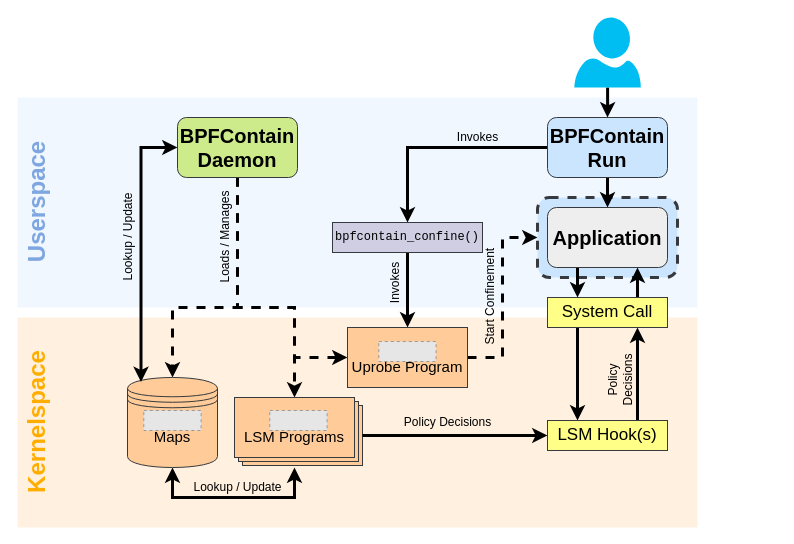
Before: project/report/figs/drawio/architecture.drawio in willfindlay/adaptivesec-F2020, a draw.io diagram. Source tidied: cells renumbered, new cells numbered last; positions are measured from the earlier drawing's top-left corner, leaving out a move shared by most shapes. Both pictures are drawn from the tidied source at 100%, with x=0, y=0 at pixel (-13, 17). Pictures stored in the file or linked from it are replaced by grey dashed boxes.
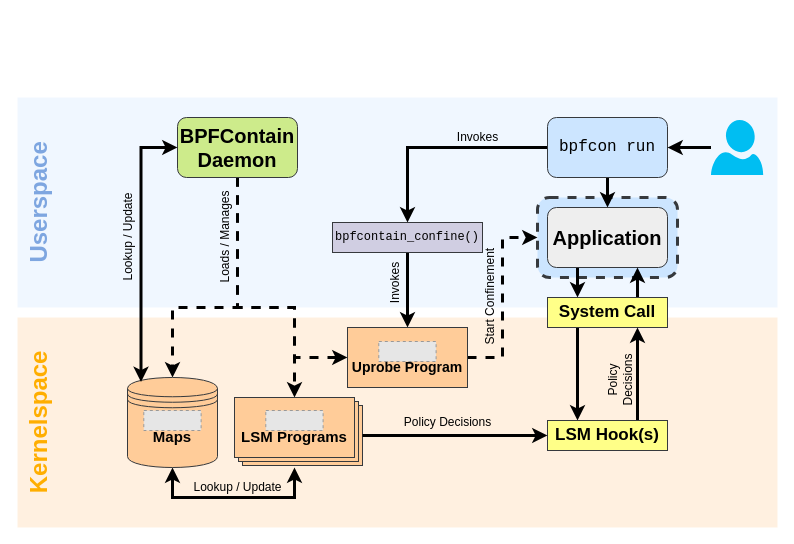
The same diagram, later.

Unchanged cells that the change refers to:
```xml
<mxCell id="23" style="group;" parent="1" vertex="1">
  <mxGeometry x="247" y="380" width="128" height="68" as="geometry" />
</mxCell>
```

Diff of the diagram source:
```diff
@@
     <mxCell id="2" style="group;" parent="1" vertex="1">
-      <mxGeometry x="30" y="80" width="680" height="210" as="geometry" />
+      <mxGeometry x="30" y="80" width="760" height="210" as="geometry" />
     </mxCell>
     <mxCell id="3" style="rounded=0;whiteSpace=wrap;html=1;fontSize=20;fillColor=#cce5ff;opacity=30;strokeColor=none;" parent="2" vertex="1">
-      <mxGeometry width="680" height="210" as="geometry" />
+      <mxGeometry width="760" height="210" as="geometry" />
     </mxCell>
     <mxCell id="4" value="Userspace" style="text;strokeColor=none;fillColor=none;html=1;fontSize=24;fontStyle=1;verticalAlign=middle;align=center;opacity=30;rotation=-90;fontColor=#7EA6E0;" parent="2" vertex="1">
-      <mxGeometry x="-30" y="85" width="100" height="40" as="geometry" />
+      <mxGeometry x="-33.5" y="85" width="111.8" height="40" as="geometry" />
     </mxCell>
@@
     <mxCell id="6" style="group;" parent="1" vertex="1">
-      <mxGeometry x="30" y="300" width="680" height="210" as="geometry" />
+      <mxGeometry x="30" y="300" width="760" height="210" as="geometry" />
     </mxCell>
     <mxCell id="7" style="rounded=0;whiteSpace=wrap;html=1;fontSize=20;fillColor=#ffcc99;strokeColor=none;opacity=30;" parent="6" vertex="1">
-      <mxGeometry width="680" height="210" as="geometry" />
+      <mxGeometry width="760" height="210" as="geometry" />
     </mxCell>
     <mxCell id="8" value="Kernelspace" style="text;strokeColor=none;fillColor=none;html=1;fontSize=24;fontStyle=1;verticalAlign=middle;align=center;opacity=30;rotation=-90;fontColor=#FFAE00;" parent="6" vertex="1">
-      <mxGeometry x="-30" y="91" width="100" height="28" as="geometry" />
+      <mxGeometry x="-33.5" y="91" width="111.8" height="28" as="geometry" />
     </mxCell>
@@
-    <mxCell id="15" value="BPFContain Run" style="rounded=1;whiteSpace=wrap;html=1;fillColor=#cce5ff;strokeColor=#36393d;fontSize=20;fontStyle=1;" parent="1" vertex="1">
+    <mxCell id="15" value="bpfcon run" style="rounded=1;whiteSpace=wrap;html=1;fillColor=#cce5ff;strokeColor=#36393d;fontSize=16;fontStyle=0;fontFamily=Courier New;" parent="1" vertex="1">
       <mxGeometry x="560" y="100" width="120" height="60" as="geometry" />
     </mxCell>
@@
     <mxCell id="17" style="verticalLabelPosition=bottom;html=1;verticalAlign=top;align=center;strokeColor=none;fillColor=#00BEF2;shape=mxgraph.azure.user;fontSize=20;fontColor=#FFAE00;" parent="1" vertex="1">
-      <mxGeometry x="586.8" width="66.5" height="70" as="geometry" />
+      <mxGeometry x="723.5" y="102.5" width="52.2" height="55" as="geometry" />
     </mxCell>
@@
-    <mxCell id="20" style="group;" parent="1" vertex="1">
+    <mxCell id="20" style="group;fontStyle=1;" parent="1" vertex="1">
       <mxGeometry x="140" y="360" width="90" height="90" as="geometry" />
     </mxCell>
-    <mxCell id="21" value="Maps" style="shape=datastore;whiteSpace=wrap;html=1;strokeWidth=1;fillColor=#ffcc99;fontSize=15;strokeColor=#36393d;" parent="20" vertex="1">
+    <mxCell id="21" value="Maps" style="shape=datastore;whiteSpace=wrap;html=1;strokeWidth=1;fillColor=#ffcc99;fontSize=15;strokeColor=#36393d;fontStyle=1;" parent="20" vertex="1">
       <mxGeometry width="90" height="90" as="geometry" />
     </mxCell>
@@
-    <mxCell id="26" value="&lt;br style=&quot;font-size: 17px;&quot;&gt;LSM Programs" style="whiteSpace=wrap;html=1;fillColor=#ffcc99;strokeColor=#36393d;fontSize=15;strokeWidth=1;" parent="23" vertex="1">
+    <mxCell id="26" value="&lt;br style=&quot;font-size: 17px;&quot;&gt;LSM Programs" style="whiteSpace=wrap;html=1;fillColor=#ffcc99;strokeColor=#36393d;fontSize=15;strokeWidth=1;fontStyle=1;" parent="23" vertex="1">
       <mxGeometry width="120" height="60" as="geometry" />
     </mxCell>
     <mxCell id="27" style="fillColor=#E6E6E6;strokeColor=#999999;dashed=1;html=1;verticalLabelPosition=bottom;verticalAlign=top;fontSize=20;fontColor=#000000;" parent="23" vertex="1">
-      <mxGeometry x="35.3" y="13" width="57.3" height="20" as="geometry" />
+      <mxGeometry x="31.3" y="13" width="57.3" height="20" as="geometry" />
     </mxCell>
@@
-    <mxCell id="35" value="System Call" style="rounded=0;whiteSpace=wrap;html=1;strokeWidth=1;fillColor=#ffff88;fontSize=17;strokeColor=#36393d;" parent="1" vertex="1">
+    <mxCell id="35" value="System Call" style="rounded=0;whiteSpace=wrap;html=1;strokeWidth=1;fillColor=#ffff88;fontSize=17;strokeColor=#36393d;fontStyle=1;" parent="1" vertex="1">
       <mxGeometry x="560" y="280" width="120" height="30" as="geometry" />
     </mxCell>
@@
-    <mxCell id="37" value="LSM Hook(s)" style="rounded=0;whiteSpace=wrap;html=1;strokeWidth=1;fillColor=#ffff88;fontSize=17;strokeColor=#36393d;" parent="1" vertex="1">
+    <mxCell id="37" value="LSM Hook(s)" style="rounded=0;whiteSpace=wrap;html=1;strokeWidth=1;fillColor=#ffff88;fontSize=17;strokeColor=#36393d;fontStyle=1;" parent="1" vertex="1">
       <mxGeometry x="560" y="403" width="120" height="30" as="geometry" />
     </mxCell>
@@
-    <mxCell id="46" value="&lt;br&gt;Uprobe Program" style="whiteSpace=wrap;html=1;fillColor=#ffcc99;strokeColor=#36393d;fontSize=15;strokeWidth=1;" parent="1" vertex="1">
+    <mxCell id="46" value="&lt;font style=&quot;font-size: 14px&quot;&gt;&lt;br&gt;Uprobe Program&lt;/font&gt;" style="whiteSpace=wrap;html=1;fillColor=#ffcc99;strokeColor=#36393d;fontSize=15;strokeWidth=1;fontStyle=1;" parent="1" vertex="1">
       <mxGeometry x="360" y="310" width="120" height="60" as="geometry" />
     </mxCell>
```
